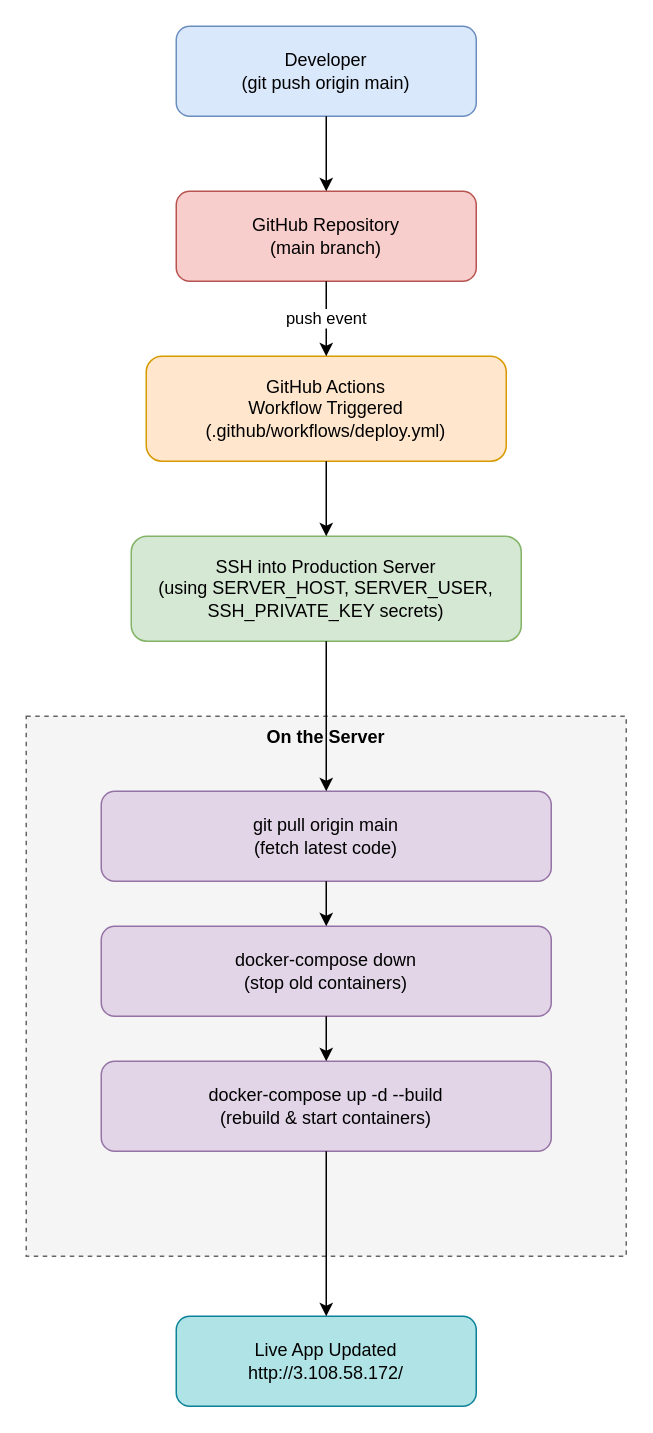
Before: Documentation/cicd-flow.drawio in akshay228437/Real-Time-WebSocket-Application-, a draw.io diagram. Source tidied: cells renumbered, new cells numbered last; positions are measured from the earlier drawing's top-left corner, leaving out a move shared by most shapes. Both pictures are drawn from the tidied source at 150%, with x=0, y=0 at pixel (26, 26).
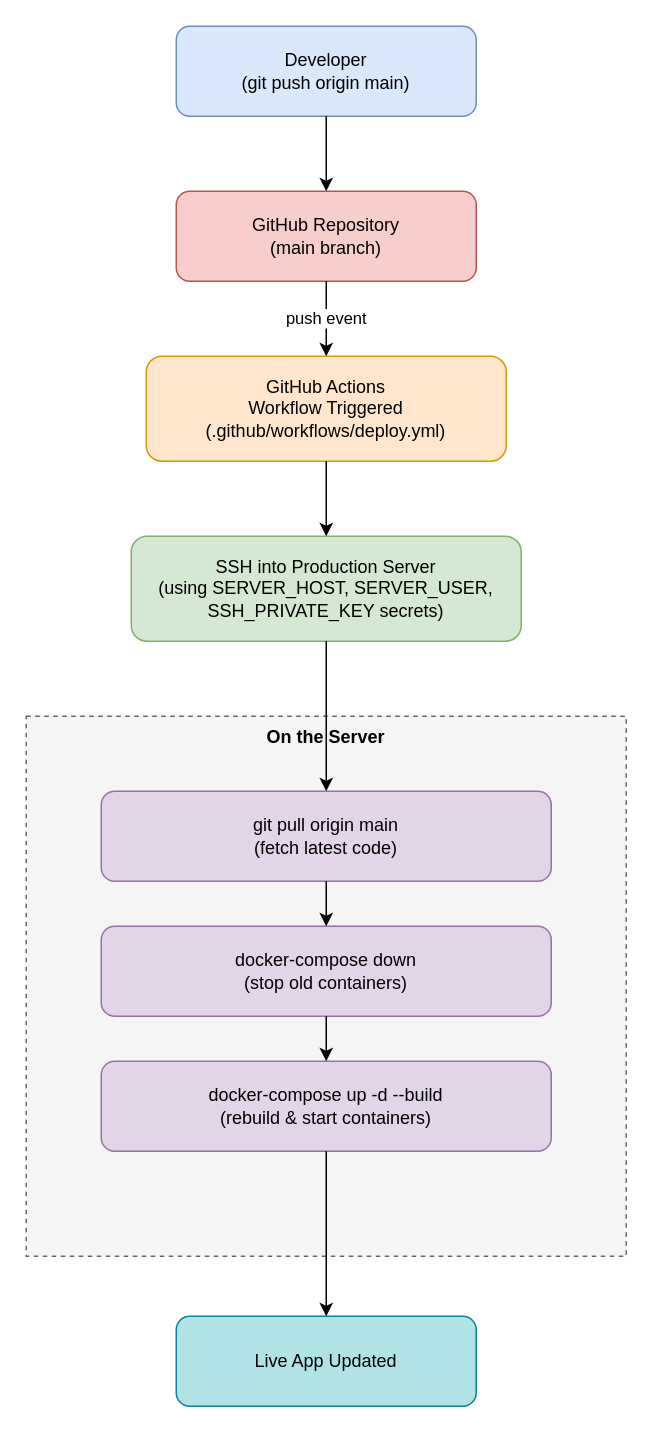
The same diagram, later.

Diff of the diagram source:
```diff
@@
 <mxGraphModel>
   <root>
     <mxCell id="0" />
     <mxCell id="1" parent="0" />
     <mxCell id="2" value="Developer&#10;(git push origin main)" style="rounded=1;whiteSpace=wrap;html=1;fillColor=#dae8fc;strokeColor=#6c8ebf;" parent="1" vertex="1">
       <mxGeometry x="100" width="200" height="60" as="geometry" />
     </mxCell>
     <mxCell id="3" value="GitHub Repository&#10;(main branch)" style="rounded=1;whiteSpace=wrap;html=1;fillColor=#f8cecc;strokeColor=#b85450;" parent="1" vertex="1">
       <mxGeometry x="100" y="110" width="200" height="60" as="geometry" />
     </mxCell>
     <mxCell id="4" value="GitHub Actions&#10;Workflow Triggered&#10;(.github/workflows/deploy.yml)" style="rounded=1;whiteSpace=wrap;html=1;fillColor=#ffe6cc;strokeColor=#d79b00;" parent="1" vertex="1">
       <mxGeometry x="80" y="220" width="240" height="70" as="geometry" />
     </mxCell>
     <mxCell id="5" value="SSH into Production Server&#10;(using SERVER_HOST, SERVER_USER,&#10;SSH_PRIVATE_KEY secrets)" style="rounded=1;whiteSpace=wrap;html=1;fillColor=#d5e8d4;strokeColor=#82b366;" parent="1" vertex="1">
       <mxGeometry x="70" y="340" width="260" height="70" as="geometry" />
     </mxCell>
     <mxCell id="6" value="On the Server" style="rounded=0;whiteSpace=wrap;html=1;verticalAlign=top;fillColor=#f5f5f5;strokeColor=#666666;dashed=1;fontStyle=1;" parent="1" vertex="1">
       <mxGeometry y="460" width="400" height="360" as="geometry" />
     </mxCell>
     <mxCell id="7" value="git pull origin main&#10;(fetch latest code)" style="rounded=1;whiteSpace=wrap;html=1;fillColor=#e1d5e7;strokeColor=#9673a6;" parent="1" vertex="1">
       <mxGeometry x="50" y="510" width="300" height="60" as="geometry" />
     </mxCell>
     <mxCell id="8" value="docker-compose down&#10;(stop old containers)" style="rounded=1;whiteSpace=wrap;html=1;fillColor=#e1d5e7;strokeColor=#9673a6;" parent="1" vertex="1">
       <mxGeometry x="50" y="600" width="300" height="60" as="geometry" />
     </mxCell>
     <mxCell id="9" value="docker-compose up -d --build&#10;(rebuild &amp; start containers)" style="rounded=1;whiteSpace=wrap;html=1;fillColor=#e1d5e7;strokeColor=#9673a6;" parent="1" vertex="1">
       <mxGeometry x="50" y="690" width="300" height="60" as="geometry" />
     </mxCell>
-    <mxCell id="10" value="Live App Updated&#10;http://3.108.58.172/" style="rounded=1;whiteSpace=wrap;html=1;fillColor=#b0e3e6;strokeColor=#0b8299;" parent="1" vertex="1">
+    <mxCell id="10" value="Live App Updated" style="rounded=1;whiteSpace=wrap;html=1;fillColor=#b0e3e6;strokeColor=#0b8299;" parent="1" vertex="1">
       <mxGeometry x="100" y="860" width="200" height="60" as="geometry" />
     </mxCell>
     <mxCell id="11" style="edgeStyle=orthogonalEdgeStyle;rounded=0;html=1;" parent="1" edge="1" source="2" target="3">
       <mxGeometry relative="1" as="geometry" />
     </mxCell>
     <mxCell id="12" value="push event" style="edgeStyle=orthogonalEdgeStyle;rounded=0;html=1;" parent="1" edge="1" source="3" target="4">
       <mxGeometry relative="1" as="geometry" />
     </mxCell>
     <mxCell id="13" style="edgeStyle=orthogonalEdgeStyle;rounded=0;html=1;" parent="1" edge="1" source="4" target="5">
       <mxGeometry relative="1" as="geometry" />
     </mxCell>
     <mxCell id="14" style="edgeStyle=orthogonalEdgeStyle;rounded=0;html=1;" parent="1" edge="1" source="5" target="7">
       <mxGeometry relative="1" as="geometry" />
     </mxCell>
     <mxCell id="15" style="edgeStyle=orthogonalEdgeStyle;rounded=0;html=1;" parent="1" edge="1" source="7" target="8">
       <mxGeometry relative="1" as="geometry" />
     </mxCell>
     <mxCell id="16" style="edgeStyle=orthogonalEdgeStyle;rounded=0;html=1;" parent="1" edge="1" source="8" target="9">
       <mxGeometry relative="1" as="geometry" />
     </mxCell>
     <mxCell id="17" style="edgeStyle=orthogonalEdgeStyle;rounded=0;html=1;" parent="1" edge="1" source="9" target="10">
       <mxGeometry relative="1" as="geometry" />
     </mxCell>
   </root>
 </mxGraphModel>
```
